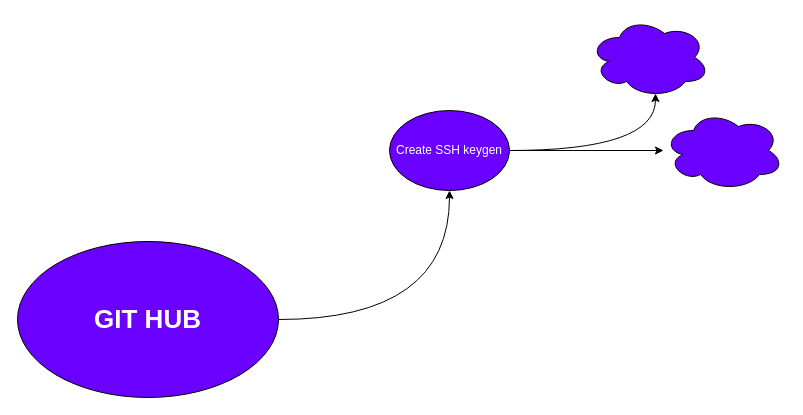
Earlier version of the draw.io diagram github.drawio (abasworm/mindmaping). Source tidied: cells renumbered, new cells numbered last; positions are measured from the earlier drawing's top-left corner, leaving out a move shared by most shapes. Both pictures are drawn from the tidied source at 100%, with x=0, y=0 at pixel (17, 17).
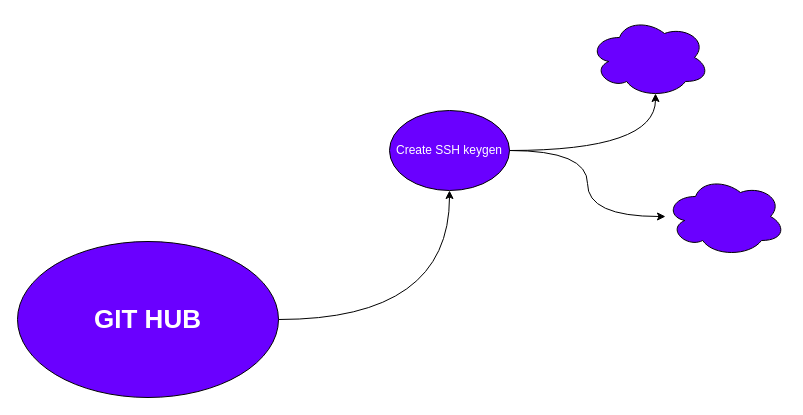
The same diagram, later.

Change to the diagram source:
```diff
@@
 <mxGraphModel>
   <root>
     <mxCell id="0" />
     <mxCell id="1" parent="0" />
     <mxCell id="2" style="edgeStyle=orthogonalEdgeStyle;rounded=0;jettySize=auto;html=1;curved=1;" parent="1" edge="1" source="3" target="6">
       <mxGeometry relative="1" as="geometry" />
     </mxCell>
     <mxCell id="3" value="&lt;b style=&quot;font-size: 26px;&quot;&gt;GIT HUB&lt;br style=&quot;font-size: 26px;&quot;&gt;&lt;/b&gt;" style="ellipse;whiteSpace=wrap;html=1;fillColor=#6a00ff;fontColor=#ffffff;strokeColor=default;fontSize=26;" parent="1" vertex="1">
       <mxGeometry y="224" width="261" height="156" as="geometry" />
     </mxCell>
     <mxCell id="4" style="rounded=0;jettySize=auto;html=1;entryX=0.55;entryY=0.95;entryDx=0;entryDy=0;entryPerimeter=0;edgeStyle=orthogonalEdgeStyle;curved=1;" parent="1" edge="1" source="6" target="7">
       <mxGeometry relative="1" as="geometry" />
     </mxCell>
-    <mxCell id="5" style="edgeStyle=orthogonalEdgeStyle;rounded=0;jettySize=auto;html=1;" parent="1" edge="1" source="6" target="8">
+    <mxCell id="5" style="edgeStyle=orthogonalEdgeStyle;rounded=0;jettySize=auto;html=1;curved=1;" parent="1" edge="1" source="6" target="8">
       <mxGeometry relative="1" as="geometry" />
     </mxCell>
     <mxCell id="6" value="Create SSH keygen" style="ellipse;whiteSpace=wrap;html=1;fillColor=#6a00ff;fontColor=#ffffff;strokeColor=default;" parent="1" vertex="1">
       <mxGeometry x="372" y="93" width="120" height="80" as="geometry" />
     </mxCell>
     <mxCell id="7" style="ellipse;shape=cloud;whiteSpace=wrap;html=1;fillColor=#6a00ff;fontColor=#ffffff;" parent="1" vertex="1">
       <mxGeometry x="572" width="120" height="80" as="geometry" />
     </mxCell>
     <mxCell id="8" style="ellipse;shape=cloud;whiteSpace=wrap;html=1;fillColor=#6a00ff;fontColor=#ffffff;" parent="1" vertex="1">
-      <mxGeometry x="646" y="93" width="120" height="80" as="geometry" />
+      <mxGeometry x="648" y="159" width="120" height="80" as="geometry" />
     </mxCell>
   </root>
 </mxGraphModel>
```
